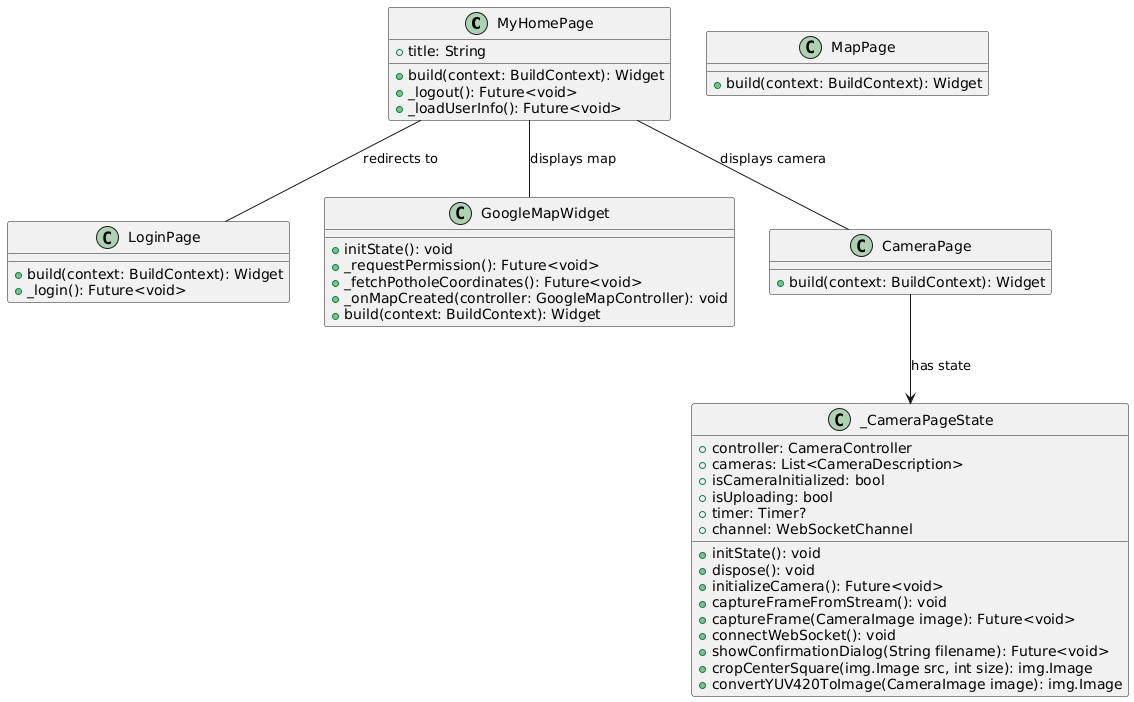
Swintleton/pothole_server keeps this PlantUML diagram as documentation/client_class_diagram.png. Above is the earlier version. Its diagram source:
```plantuml
@startuml
class MyHomePage {
  + title: String
  + build(context: BuildContext): Widget
  + _logout(): Future<void>
  + _loadUserInfo(): Future<void>
}

class LoginPage {
  + build(context: BuildContext): Widget
  + _login(): Future<void>
}

class MapPage {
  + build(context: BuildContext): Widget
}

class GoogleMapWidget {
  + initState(): void
  + _requestPermission(): Future<void>
  + _fetchPotholeCoordinates(): Future<void>
  + _onMapCreated(controller: GoogleMapController): void
  + build(context: BuildContext): Widget
}

class CameraPage {
  + build(context: BuildContext): Widget
}

class _CameraPageState {
  + controller: CameraController
  + cameras: List<CameraDescription>
  + isCameraInitialized: bool
  + isUploading: bool
  + timer: Timer?
  + channel: WebSocketChannel

  + initState(): void
  + dispose(): void
  + initializeCamera(): Future<void>
  + captureFrameFromStream(): void
  + captureFrame(CameraImage image): Future<void>
  + connectWebSocket(): void
  + showConfirmationDialog(String filename): Future<void>
  + cropCenterSquare(img.Image src, int size): img.Image
  + convertYUV420ToImage(CameraImage image): img.Image
}

MyHomePage -- LoginPage : "redirects to"
MyHomePage -- GoogleMapWidget : "displays map"
MyHomePage -- CameraPage : "displays camera"

CameraPage --> _CameraPageState : "has state"
@enduml
```
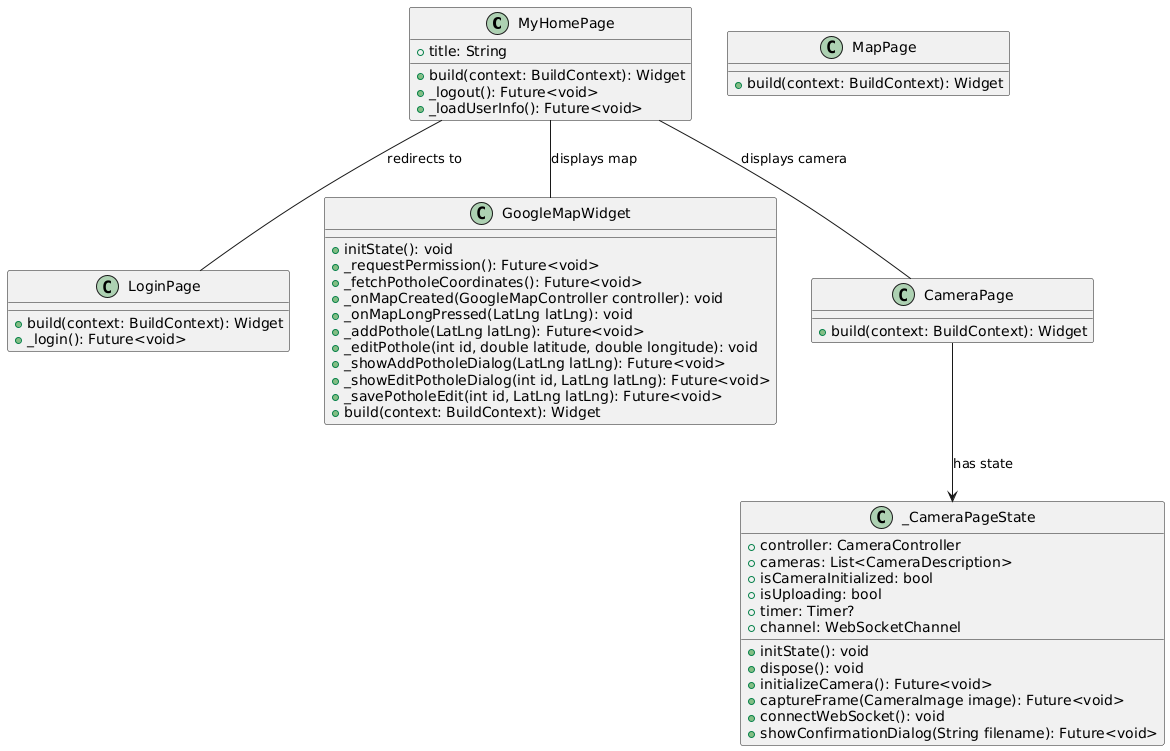
Above is the later version.

The edit, as a diff of the source:
```diff
@@ -19,7 +19,13 @@
   + initState(): void
   + _requestPermission(): Future<void>
   + _fetchPotholeCoordinates(): Future<void>
-  + _onMapCreated(controller: GoogleMapController): void
+  + _onMapCreated(GoogleMapController controller): void
+  + _onMapLongPressed(LatLng latLng): void
+  + _addPothole(LatLng latLng): Future<void>
+  + _editPothole(int id, double latitude, double longitude): void
+  + _showAddPotholeDialog(LatLng latLng): Future<void>
+  + _showEditPotholeDialog(int id, LatLng latLng): Future<void>
+  + _savePotholeEdit(int id, LatLng latLng): Future<void>
   + build(context: BuildContext): Widget
 }
 
@@ -38,12 +44,9 @@
   + initState(): void
   + dispose(): void
   + initializeCamera(): Future<void>
-  + captureFrameFromStream(): void
   + captureFrame(CameraImage image): Future<void>
   + connectWebSocket(): void
   + showConfirmationDialog(String filename): Future<void>
-  + cropCenterSquare(img.Image src, int size): img.Image
-  + convertYUV420ToImage(CameraImage image): img.Image
 }
 
 MyHomePage -- LoginPage : "redirects to"
```
